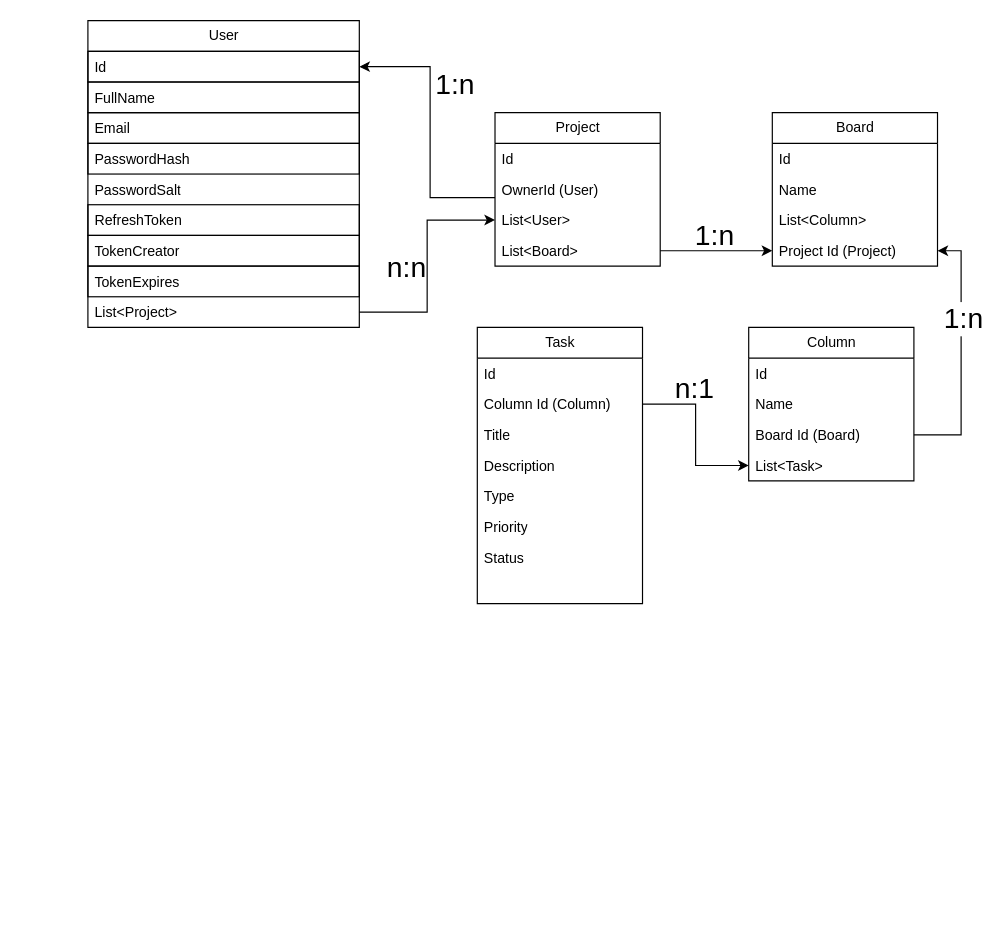
Above: Untitled Diagram.drawio in DonPull/Kanban-Board (draw.io), before the change. Source tidied: cells renumbered, new cells numbered last; positions are measured from the earlier drawing's top-left corner, leaving out a move shared by most shapes. Both pictures are drawn from the tidied source at 118%, with x=0, y=0 at pixel (87, 20).
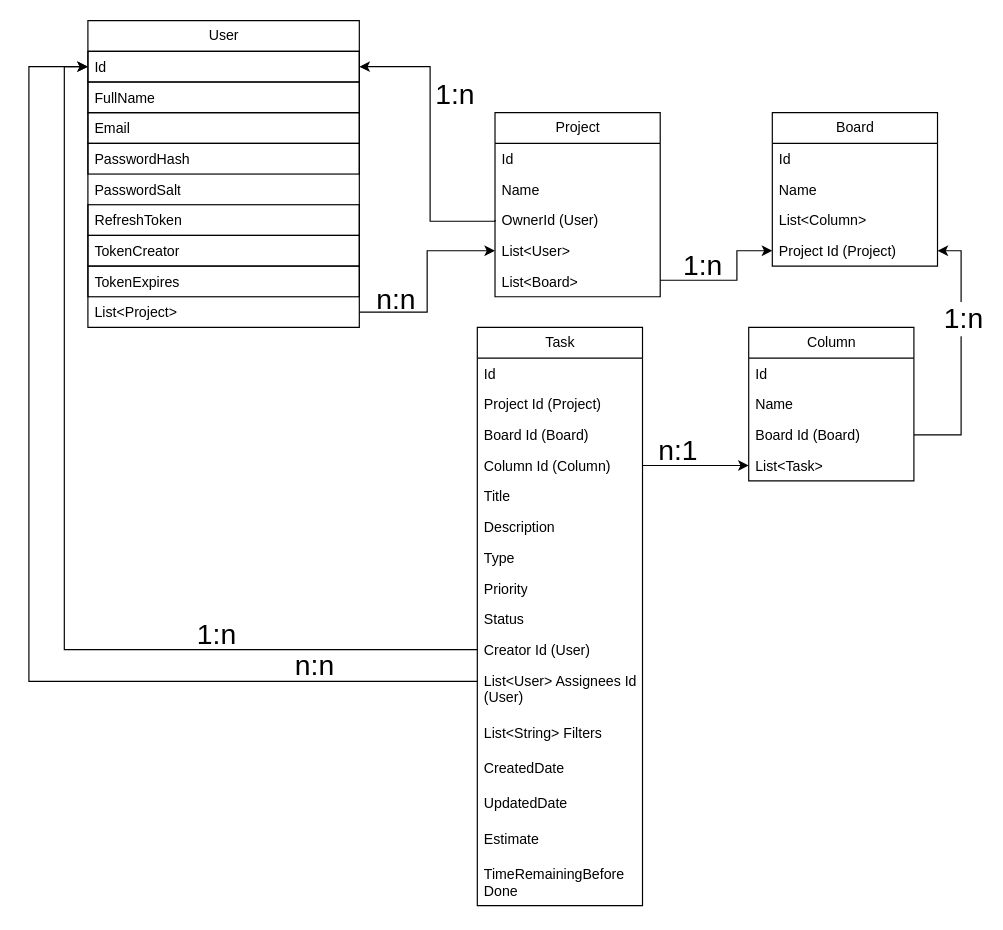
The same page after the edit.

The change refers to these unchanged cells:
```xml
<mxCell id="3" value="Id" style="text;strokeColor=default;fillColor=none;align=left;verticalAlign=top;spacingLeft=4;spacingRight=4;overflow=hidden;points=[[0,0.5],[1,0.5]];portConstraint=eastwest;whiteSpace=wrap;html=1;" parent="2" vertex="1">
  <mxGeometry y="26" width="230" height="26" as="geometry" />
</mxCell>
<mxCell id="17" style="edgeStyle=orthogonalEdgeStyle;rounded=0;jettySize=auto;html=1;entryX=0;entryY=0.5;entryDx=0;entryDy=0;" parent="1" edge="1" source="11" target="15">
  <mxGeometry relative="1" as="geometry" />
</mxCell>
<mxCell id="30" value="Project Id (Project)" style="text;strokeColor=none;fillColor=none;align=left;verticalAlign=top;spacingLeft=4;spacingRight=4;overflow=hidden;points=[[0,0.5],[1,0.5]];portConstraint=eastwest;whiteSpace=wrap;html=1;fontSize=12;" parent="26" vertex="1">
  <mxGeometry y="104" width="140" height="26" as="geometry" />
</mxCell>
```

Change to the diagram source:
```diff
@@
     <mxCell id="12" value="&lt;div&gt;Project&lt;/div&gt;" style="swimlane;fontStyle=0;horizontal=1;startSize=26;fillColor=none;html=1;" parent="1" vertex="1">
-      <mxGeometry x="345" y="78" width="140" height="130" as="geometry" />
+      <mxGeometry x="345" y="78" width="140" height="156" as="geometry" />
     </mxCell>
@@
+    <mxCell id="46" value="Name" style="text;strokeColor=none;fillColor=none;align=left;verticalAlign=top;spacingLeft=4;spacingRight=4;overflow=hidden;whiteSpace=wrap;html=1;" parent="12" vertex="1">
+      <mxGeometry y="52" width="140" height="26" as="geometry" />
+    </mxCell>
     <mxCell id="14" value="&lt;div&gt;OwnerId (User)&lt;/div&gt;&lt;div&gt;&lt;br&gt;&lt;/div&gt;" style="text;strokeColor=none;fillColor=none;align=left;verticalAlign=top;spacingLeft=4;spacingRight=4;overflow=hidden;points=[[0,0.5],[1,0.5]];portConstraint=eastwest;whiteSpace=wrap;html=1;" parent="12" vertex="1">
-      <mxGeometry y="52" width="140" height="26" as="geometry" />
+      <mxGeometry y="78" width="140" height="26" as="geometry" />
     </mxCell>
     <mxCell id="15" value="List&amp;lt;User&amp;gt;" style="text;strokeColor=none;fillColor=none;align=left;verticalAlign=top;spacingLeft=4;spacingRight=4;overflow=hidden;points=[[0,0.5],[1,0.5]];portConstraint=eastwest;whiteSpace=wrap;html=1;" parent="12" vertex="1">
-      <mxGeometry y="78" width="140" height="26" as="geometry" />
+      <mxGeometry y="104" width="140" height="26" as="geometry" />
     </mxCell>
     <mxCell id="16" value="List&amp;lt;Board&amp;gt;" style="text;strokeColor=none;fillColor=none;align=left;verticalAlign=top;spacingLeft=4;spacingRight=4;overflow=hidden;points=[[0,0.5],[1,0.5]];portConstraint=eastwest;whiteSpace=wrap;html=1;" parent="12" vertex="1">
-      <mxGeometry y="104" width="140" height="26" as="geometry" />
+      <mxGeometry y="130" width="140" height="26" as="geometry" />
     </mxCell>
@@
     <mxCell id="18" value="&lt;div style=&quot;font-size: 28px;&quot;&gt;&lt;font style=&quot;font-size: 28px;&quot;&gt;&lt;font style=&quot;font-size: 27px;&quot;&gt;&lt;font style=&quot;font-size: 26px;&quot;&gt;&lt;font style=&quot;font-size: 25px;&quot;&gt;&lt;font style=&quot;font-size: 24px;&quot;&gt;n:n&lt;/font&gt;&lt;/font&gt;&lt;/font&gt;&lt;/font&gt;&lt;/font&gt;&lt;/div&gt;" style="edgeLabel;html=1;align=center;verticalAlign=middle;fontSize=29;labelBackgroundColor=none;" parent="17" vertex="1">
       <mxGeometry x="0.28" y="4" relative="1" as="geometry">
-        <mxPoint x="-14" y="27" as="offset" />
+        <mxPoint x="-23" y="37" as="offset" />
       </mxGeometry>
     </mxCell>
-    <mxCell id="19" style="edgeStyle=orthogonalEdgeStyle;rounded=0;jettySize=auto;html=1;fontSize=29;" parent="1" edge="1" source="14" target="3">
+    <mxCell id="19" style="edgeStyle=orthogonalEdgeStyle;rounded=0;jettySize=auto;html=1;fontSize=29;exitX=0;exitY=0.5;exitDx=0;exitDy=0;" parent="1" edge="1" source="14" target="3">
       <mxGeometry relative="1" as="geometry">
         <Array as="points">
-          <mxPoint x="290" y="150" />
+          <mxPoint x="345" y="170" />
+          <mxPoint x="290" y="170" />
           <mxPoint x="290" y="39" />
         </Array>
       </mxGeometry>
     </mxCell>
@@
     <mxCell id="31" style="edgeStyle=orthogonalEdgeStyle;rounded=0;jettySize=auto;html=1;entryX=0;entryY=0.5;entryDx=0;entryDy=0;fontSize=12;" parent="1" edge="1" source="16" target="30">
       <mxGeometry relative="1" as="geometry">
         <Array as="points">
-          <mxPoint x="520" y="195" />
-          <mxPoint x="520" y="195" />
+          <mxPoint x="550" y="220" />
+          <mxPoint x="550" y="195" />
         </Array>
       </mxGeometry>
     </mxCell>
     <mxCell id="32" value="&lt;font style=&quot;font-size: 29px;&quot;&gt;&lt;font style=&quot;font-size: 29px;&quot;&gt;&lt;font style=&quot;font-size: 29px;&quot;&gt;&lt;font style=&quot;font-size: 29px;&quot;&gt;&lt;font style=&quot;font-size: 29px;&quot;&gt;&lt;font style=&quot;font-size: 29px;&quot;&gt;&lt;font style=&quot;font-size: 29px;&quot;&gt;&lt;font style=&quot;font-size: 29px;&quot;&gt;&lt;font style=&quot;font-size: 29px;&quot;&gt;&lt;font style=&quot;font-size: 29px;&quot;&gt;&lt;font style=&quot;font-size: 29px;&quot;&gt;&lt;font style=&quot;font-size: 29px;&quot;&gt;&lt;font style=&quot;font-size: 29px;&quot;&gt;&lt;font style=&quot;font-size: 29px;&quot;&gt;&lt;font style=&quot;font-size: 29px;&quot;&gt;&lt;font style=&quot;font-size: 29px;&quot;&gt;&lt;font style=&quot;font-size: 29px;&quot;&gt;&lt;font style=&quot;font-size: 29px;&quot;&gt;&lt;font style=&quot;font-size: 29px;&quot;&gt;&lt;font style=&quot;font-size: 29px;&quot;&gt;&lt;font style=&quot;font-size: 29px;&quot;&gt;&lt;font style=&quot;font-size: 29px;&quot;&gt;&lt;font style=&quot;font-size: 28px;&quot;&gt;&lt;font style=&quot;font-size: 27px;&quot;&gt;&lt;font style=&quot;font-size: 26px;&quot;&gt;&lt;font style=&quot;font-size: 25px;&quot;&gt;&lt;font style=&quot;font-size: 24px;&quot;&gt;1:n&lt;/font&gt;&lt;/font&gt;&lt;/font&gt;&lt;/font&gt;&lt;/font&gt;&lt;/font&gt;&lt;/font&gt;&lt;/font&gt;&lt;/font&gt;&lt;/font&gt;&lt;/font&gt;&lt;/font&gt;&lt;/font&gt;&lt;/font&gt;&lt;/font&gt;&lt;/font&gt;&lt;/font&gt;&lt;/font&gt;&lt;/font&gt;&lt;/font&gt;&lt;/font&gt;&lt;/font&gt;&lt;/font&gt;&lt;/font&gt;&lt;/font&gt;&lt;/font&gt;&lt;/font&gt;" style="edgeLabel;html=1;align=center;verticalAlign=middle;fontSize=12;labelBackgroundColor=none;" parent="31" vertex="1">
       <mxGeometry x="-0.23" y="-4" relative="1" as="geometry">
-        <mxPoint x="8" y="-19" as="offset" />
+        <mxPoint x="-11" y="-19" as="offset" />
       </mxGeometry>
     </mxCell>
@@
     <mxCell id="35" value="Task" style="swimlane;fontStyle=0;horizontal=1;startSize=26;fillColor=none;html=1;labelBackgroundColor=none;strokeColor=default;fontSize=12;" parent="1" vertex="1">
-      <mxGeometry x="330" y="260" width="140" height="234" as="geometry" />
+      <mxGeometry x="330" y="260" width="140" height="490" as="geometry" />
     </mxCell>
@@
+    <mxCell id="47" value="Project Id (Project)" style="text;strokeColor=none;fillColor=none;align=left;verticalAlign=top;spacingLeft=4;spacingRight=4;overflow=hidden;whiteSpace=wrap;html=1;fontSize=12;" parent="35" vertex="1">
+      <mxGeometry y="52" width="140" height="26" as="geometry" />
+    </mxCell>
+    <mxCell id="48" value="Board Id (Board)" style="text;strokeColor=none;fillColor=none;align=left;verticalAlign=top;spacingLeft=4;spacingRight=4;overflow=hidden;whiteSpace=wrap;html=1;fontSize=12;" parent="35" vertex="1">
+      <mxGeometry y="78" width="140" height="26" as="geometry" />
+    </mxCell>
     <mxCell id="37" value="Column Id (Column)" style="text;strokeColor=none;fillColor=none;align=left;verticalAlign=top;spacingLeft=4;spacingRight=4;overflow=hidden;points=[[0,0.5],[1,0.5]];portConstraint=eastwest;whiteSpace=wrap;html=1;fontSize=12;" parent="35" vertex="1">
-      <mxGeometry y="52" width="140" height="26" as="geometry" />
+      <mxGeometry y="104" width="140" height="26" as="geometry" />
     </mxCell>
     <mxCell id="38" value="Title" style="text;strokeColor=none;fillColor=none;align=left;verticalAlign=top;spacingLeft=4;spacingRight=4;overflow=hidden;whiteSpace=wrap;html=1;fontSize=12;" parent="35" vertex="1">
-      <mxGeometry y="78" width="140" height="26" as="geometry" />
+      <mxGeometry y="130" width="140" height="26" as="geometry" />
     </mxCell>
     <mxCell id="39" value="Description" style="text;strokeColor=none;fillColor=none;align=left;verticalAlign=top;spacingLeft=4;spacingRight=4;overflow=hidden;whiteSpace=wrap;html=1;fontSize=12;" parent="35" vertex="1">
-      <mxGeometry y="104" width="140" height="26" as="geometry" />
+      <mxGeometry y="156" width="140" height="26" as="geometry" />
     </mxCell>
     <mxCell id="40" value="Type" style="text;strokeColor=none;fillColor=none;align=left;verticalAlign=top;spacingLeft=4;spacingRight=4;overflow=hidden;whiteSpace=wrap;html=1;fontSize=12;" parent="35" vertex="1">
-      <mxGeometry y="130" width="140" height="26" as="geometry" />
+      <mxGeometry y="182" width="140" height="26" as="geometry" />
     </mxCell>
     <mxCell id="41" value="Priority" style="text;strokeColor=none;fillColor=none;align=left;verticalAlign=top;spacingLeft=4;spacingRight=4;overflow=hidden;whiteSpace=wrap;html=1;fontSize=12;" parent="35" vertex="1">
-      <mxGeometry y="156" width="140" height="26" as="geometry" />
+      <mxGeometry y="208" width="140" height="26" as="geometry" />
     </mxCell>
     <mxCell id="42" value="Status" style="text;strokeColor=none;fillColor=none;align=left;verticalAlign=top;spacingLeft=4;spacingRight=4;overflow=hidden;whiteSpace=wrap;html=1;fontSize=12;" parent="35" vertex="1">
-      <mxGeometry y="182" width="140" height="26" as="geometry" />
+      <mxGeometry y="234" width="140" height="26" as="geometry" />
     </mxCell>
-    <mxCell id="43" style="text;strokeColor=none;fillColor=none;align=left;verticalAlign=top;spacingLeft=4;spacingRight=4;overflow=hidden;points=[[0,0.5],[1,0.5]];portConstraint=eastwest;whiteSpace=wrap;html=1;fontSize=12;" parent="35" vertex="1">
-      <mxGeometry y="208" width="140" height="26" as="geometry" />
+    <mxCell id="43" value="Creator Id (User)" style="text;strokeColor=none;fillColor=none;align=left;verticalAlign=top;spacingLeft=4;spacingRight=4;overflow=hidden;points=[[0,0.5],[1,0.5]];portConstraint=eastwest;whiteSpace=wrap;html=1;fontSize=12;" parent="35" vertex="1">
+      <mxGeometry y="260" width="140" height="26" as="geometry" />
     </mxCell>
+    <mxCell id="49" value="List&amp;lt;User&amp;gt; Assignees Id (User)" style="text;strokeColor=none;fillColor=none;align=left;verticalAlign=top;spacingLeft=4;spacingRight=4;overflow=hidden;points=[[0,0.5],[1,0.5]];portConstraint=eastwest;whiteSpace=wrap;html=1;fontSize=12;" parent="35" vertex="1">
+      <mxGeometry y="286" width="140" height="44" as="geometry" />
+    </mxCell>
+    <mxCell id="50" value="List&amp;lt;String&amp;gt; Filters" style="text;strokeColor=none;fillColor=none;align=left;verticalAlign=top;spacingLeft=4;spacingRight=4;overflow=hidden;whiteSpace=wrap;html=1;fontSize=12;" parent="35" vertex="1">
+      <mxGeometry y="330" width="140" height="30" as="geometry" />
+    </mxCell>
+    <mxCell id="51" value="CreatedDate" style="text;strokeColor=none;fillColor=none;align=left;verticalAlign=top;spacingLeft=4;spacingRight=4;overflow=hidden;whiteSpace=wrap;html=1;fontSize=12;" parent="35" vertex="1">
+      <mxGeometry y="360" width="140" height="30" as="geometry" />
+    </mxCell>
+    <mxCell id="52" value="UpdatedDate" style="text;strokeColor=none;fillColor=none;align=left;verticalAlign=top;spacingLeft=4;spacingRight=4;overflow=hidden;whiteSpace=wrap;html=1;fontSize=12;" parent="35" vertex="1">
+      <mxGeometry y="390" width="140" height="30" as="geometry" />
+    </mxCell>
+    <mxCell id="53" value="Estimate" style="text;strokeColor=none;fillColor=none;align=left;verticalAlign=top;spacingLeft=4;spacingRight=4;overflow=hidden;whiteSpace=wrap;html=1;fontSize=12;" parent="35" vertex="1">
+      <mxGeometry y="420" width="140" height="30" as="geometry" />
+    </mxCell>
+    <mxCell id="54" value="TimeRemainingBefore&lt;br&gt;Done" style="text;strokeColor=none;fillColor=none;align=left;verticalAlign=top;spacingLeft=4;spacingRight=4;overflow=hidden;whiteSpace=wrap;html=1;fontSize=12;" parent="35" vertex="1">
+      <mxGeometry y="450" width="140" height="40" as="geometry" />
+    </mxCell>
@@
+    <mxCell id="55" style="edgeStyle=orthogonalEdgeStyle;rounded=0;jettySize=auto;html=1;entryX=0;entryY=0.5;entryDx=0;entryDy=0;" parent="1" edge="1" source="43" target="3">
+      <mxGeometry relative="1" as="geometry">
+        <Array as="points">
+          <mxPoint x="-20" y="533" />
+          <mxPoint x="-20" y="39" />
+        </Array>
+      </mxGeometry>
+    </mxCell>
+    <mxCell id="56" value="&lt;font style=&quot;font-size: 24px;&quot;&gt;1:n&lt;/font&gt;" style="edgeLabel;html=1;align=center;verticalAlign=middle;labelBackgroundColor=none;" parent="55" vertex="1">
+      <mxGeometry x="-0.48" y="-4" relative="1" as="geometry">
+        <mxPoint x="4" y="-9" as="offset" />
+      </mxGeometry>
+    </mxCell>
+    <mxCell id="57" style="edgeStyle=orthogonalEdgeStyle;rounded=0;jettySize=auto;html=1;entryX=0;entryY=0.5;entryDx=0;entryDy=0;" parent="1" edge="1" source="49" target="3">
+      <mxGeometry relative="1" as="geometry">
+        <Array as="points">
+          <mxPoint x="-50" y="560" />
+          <mxPoint x="-50" y="39" />
+        </Array>
+      </mxGeometry>
+    </mxCell>
+    <mxCell id="58" value="n:n" style="edgeLabel;html=1;align=center;verticalAlign=middle;fontSize=24;labelBackgroundColor=none;" parent="57" vertex="1">
+      <mxGeometry x="-0.7" y="-3" relative="1" as="geometry">
+        <mxPoint x="4" y="-11" as="offset" />
+      </mxGeometry>
+    </mxCell>
```
